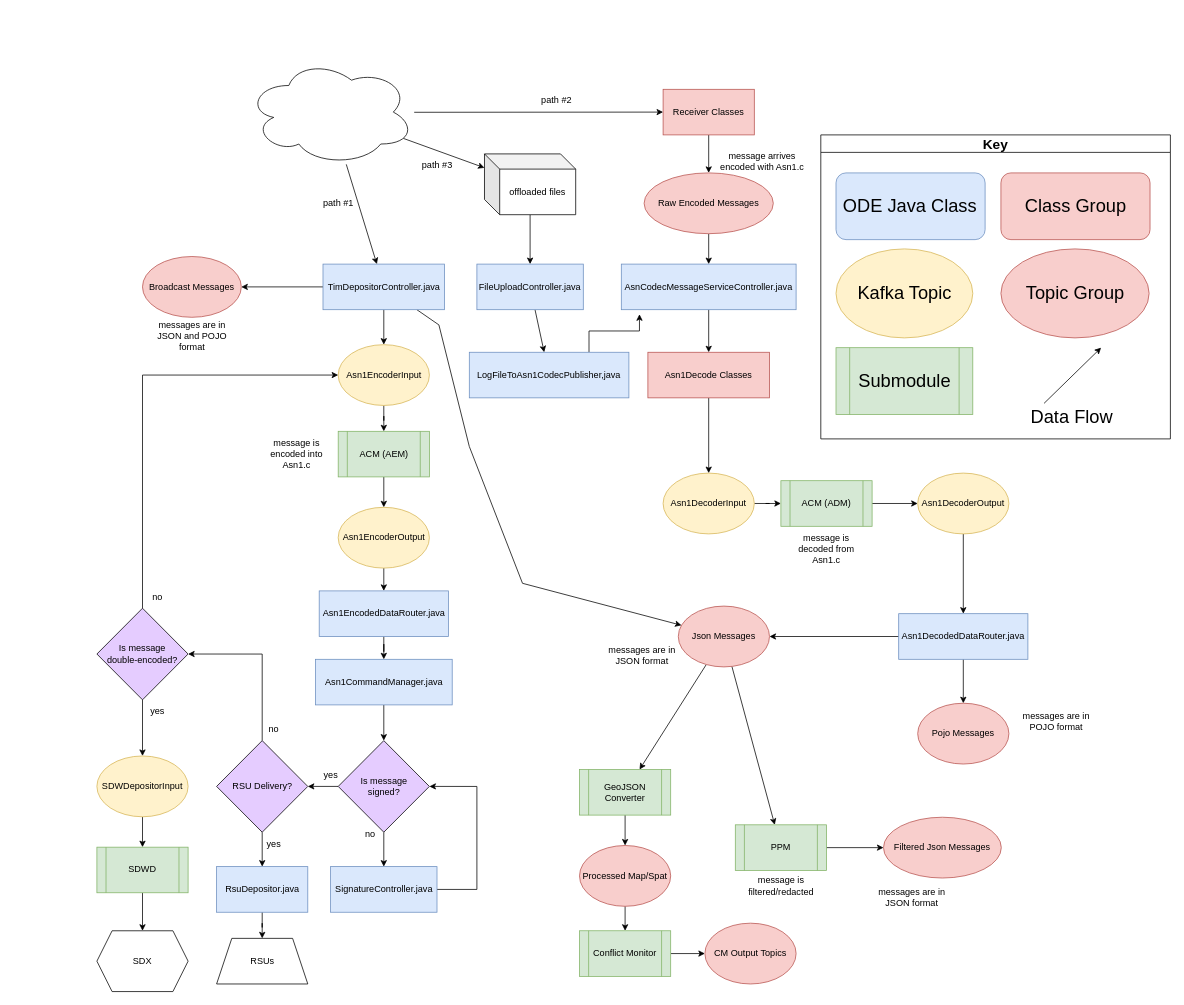
The draw.io diagram docs/data-flow-diagrams/ODE Data Flow Overview.drawio in usdot-jpo-ode/jpo-ode, before the edit. Source tidied: cells renumbered, new cells numbered last; positions are measured from the earlier drawing's top-left corner, leaving out a move shared by most shapes. Both pictures are drawn from the tidied source at 76%, with x=0, y=0 at pixel (97, 59).
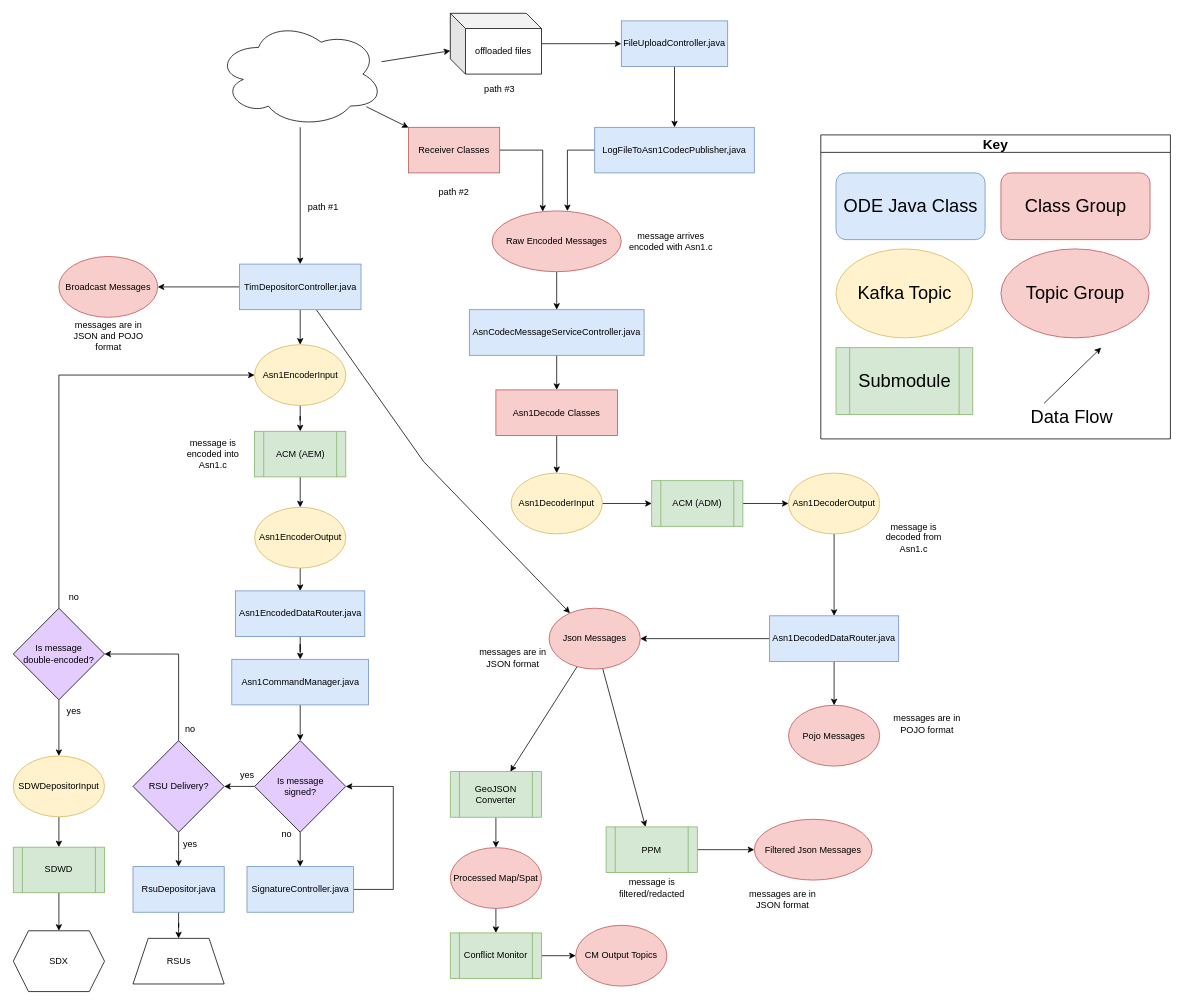
Above is the later version.

Commit message (it also covers changes not shown here):
Updated the ODE diagram

Diff of the diagram source:
```diff
@@
     <mxCell id="4" value="Asn1DecodedDataRouter.java" style="rounded=0;whiteSpace=wrap;html=1;fillColor=#dae8fc;strokeColor=#6c8ebf;" parent="1" vertex="1">
-      <mxGeometry x="1055" y="730" width="170" height="60" as="geometry" />
+      <mxGeometry x="885" y="732.8" width="170" height="60" as="geometry" />
     </mxCell>
@@
     <mxCell id="6" value="ACM (ADM)" style="shape=process;whiteSpace=wrap;html=1;backgroundOutline=1;fillColor=#d5e8d4;strokeColor=#82b366;" parent="1" vertex="1">
-      <mxGeometry x="900" y="555" width="120" height="60" as="geometry" />
+      <mxGeometry x="730" y="555" width="120" height="60" as="geometry" />
     </mxCell>
@@
     <mxCell id="8" value="AsnCodecMessageServiceController.java" style="rounded=0;whiteSpace=wrap;html=1;fillColor=#dae8fc;strokeColor=#6c8ebf;" parent="1" vertex="1">
-      <mxGeometry x="690" y="270" width="230" height="60" as="geometry" />
+      <mxGeometry x="490" y="330" width="230" height="60" as="geometry" />
     </mxCell>
@@
     <mxCell id="10" value="Asn1DecoderInput" style="ellipse;whiteSpace=wrap;html=1;fillColor=#fff2cc;strokeColor=#d6b656;" parent="1" vertex="1">
-      <mxGeometry x="745" y="545" width="120" height="80" as="geometry" />
+      <mxGeometry x="545" y="545" width="120" height="80" as="geometry" />
     </mxCell>
@@
     <mxCell id="12" value="Asn1DecoderOutput" style="ellipse;whiteSpace=wrap;html=1;fillColor=#fff2cc;strokeColor=#d6b656;" parent="1" vertex="1">
-      <mxGeometry x="1080" y="545" width="120" height="80" as="geometry" />
+      <mxGeometry x="910" y="545" width="120" height="80" as="geometry" />
     </mxCell>
@@
     <mxCell id="14" value="FileUploadController.java" style="rounded=0;whiteSpace=wrap;html=1;fillColor=#dae8fc;strokeColor=#6c8ebf;" parent="1" vertex="1">
-      <mxGeometry x="500" y="270" width="140" height="60" as="geometry" />
+      <mxGeometry x="690" y="-50" width="140" height="60" as="geometry" />
     </mxCell>
-    <mxCell id="15" style="edgeStyle=orthogonalEdgeStyle;rounded=0;jettySize=auto;html=1;entryX=0.5;entryY=0;entryDx=0;entryDy=0;" parent="1" edge="1" source="16" target="18">
+    <mxCell id="15" style="edgeStyle=orthogonalEdgeStyle;rounded=0;jettySize=auto;html=1;exitX=1;exitY=0.5;exitDx=0;exitDy=0;entryX=0.392;entryY=0.012;entryDx=0;entryDy=0;entryPerimeter=0;" parent="1" edge="1" source="16" target="18">
       <mxGeometry relative="1" as="geometry" />
     </mxCell>
     <mxCell id="16" value="Receiver Classes" style="rounded=0;whiteSpace=wrap;html=1;fillColor=#f8cecc;strokeColor=#b85450;" parent="1" vertex="1">
-      <mxGeometry x="745" y="40" width="120" height="60" as="geometry" />
+      <mxGeometry x="410" y="90" width="120" height="60" as="geometry" />
     </mxCell>
-    <mxCell id="17" style="edgeStyle=orthogonalEdgeStyle;rounded=0;jettySize=auto;html=1;" parent="1" edge="1" source="18" target="8">
+    <mxCell id="17" style="edgeStyle=orthogonalEdgeStyle;rounded=0;jettySize=auto;html=1;exitX=0.5;exitY=1;exitDx=0;exitDy=0;entryX=0.5;entryY=0;entryDx=0;entryDy=0;" parent="1" edge="1" source="18" target="8">
       <mxGeometry relative="1" as="geometry" />
     </mxCell>
     <mxCell id="18" value="Raw Encoded Messages" style="ellipse;whiteSpace=wrap;html=1;fillColor=#f8cecc;strokeColor=#b85450;" parent="1" vertex="1">
-      <mxGeometry x="720" y="150" width="170" height="80" as="geometry" />
+      <mxGeometry x="520" y="200" width="170" height="80" as="geometry" />
     </mxCell>
@@
     <mxCell id="20" value="Asn1Decode Classes" style="rounded=0;whiteSpace=wrap;html=1;fillColor=#f8cecc;strokeColor=#b85450;" parent="1" vertex="1">
-      <mxGeometry x="725" y="386" width="160" height="60" as="geometry" />
+      <mxGeometry x="525" y="435.5" width="160" height="60" as="geometry" />
     </mxCell>
     <mxCell id="21" value="Pojo Messages" style="ellipse;whiteSpace=wrap;html=1;fillColor=#f8cecc;strokeColor=#b85450;" parent="1" vertex="1">
-      <mxGeometry x="1080" y="847.8" width="120" height="80" as="geometry" />
+      <mxGeometry x="910" y="850.5" width="120" height="80" as="geometry" />
     </mxCell>
@@
     <mxCell id="24" value="Json Messages" style="ellipse;whiteSpace=wrap;html=1;fillColor=#f8cecc;strokeColor=#b85450;" parent="1" vertex="1">
-      <mxGeometry x="765" y="720" width="120" height="80" as="geometry" />
+      <mxGeometry x="595" y="722.8" width="120" height="80" as="geometry" />
     </mxCell>
@@
     <mxCell id="27" style="rounded=0;jettySize=auto;html=1;" parent="1" edge="1" source="28" target="24">
       <mxGeometry relative="1" as="geometry">
         <Array as="points">
-          <mxPoint x="450" y="350" />
-          <mxPoint x="490" y="510" />
-          <mxPoint x="560" y="690" />
+          <mxPoint x="430" y="530" />
         </Array>
       </mxGeometry>
     </mxCell>
     <mxCell id="28" value="TimDepositorController.java" style="rounded=0;whiteSpace=wrap;html=1;fillColor=#dae8fc;strokeColor=#6c8ebf;" parent="1" vertex="1">
-      <mxGeometry x="297.5" y="270" width="160" height="60" as="geometry" />
+      <mxGeometry x="187.5" y="270" width="160" height="60" as="geometry" />
     </mxCell>
@@
     <mxCell id="30" value="PPM" style="shape=process;whiteSpace=wrap;html=1;backgroundOutline=1;fillColor=#d5e8d4;strokeColor=#82b366;" parent="1" vertex="1">
-      <mxGeometry x="840" y="1007.8" width="120" height="60" as="geometry" />
+      <mxGeometry x="670" y="1010.5" width="120" height="60" as="geometry" />
     </mxCell>
     <mxCell id="31" value="Filtered Json Messages" style="ellipse;whiteSpace=wrap;html=1;fillColor=#f8cecc;strokeColor=#b85450;" parent="1" vertex="1">
-      <mxGeometry x="1035" y="997.8" width="155" height="80" as="geometry" />
+      <mxGeometry x="865" y="1000.5" width="155" height="80" as="geometry" />
     </mxCell>
@@
     <mxCell id="33" value="Asn1CommandManager.java" style="rounded=0;whiteSpace=wrap;html=1;fillColor=#dae8fc;strokeColor=#6c8ebf;" parent="1" vertex="1">
-      <mxGeometry x="287.5" y="790" width="180" height="60" as="geometry" />
+      <mxGeometry x="177.5" y="790" width="180" height="60" as="geometry" />
     </mxCell>
@@
     <mxCell id="35" value="SDWDepositorInput" style="ellipse;whiteSpace=wrap;html=1;fillColor=#fff2cc;strokeColor=#d6b656;" parent="1" vertex="1">
-      <mxGeometry y="917.2" width="120" height="80" as="geometry" />
+      <mxGeometry x="-110" y="917.2" width="120" height="80" as="geometry" />
     </mxCell>
@@
     <mxCell id="37" value="Asn1EncodedDataRouter.java" style="rounded=0;whiteSpace=wrap;html=1;fillColor=#dae8fc;strokeColor=#6c8ebf;" parent="1" vertex="1">
-      <mxGeometry x="292.5" y="700" width="170" height="60" as="geometry" />
+      <mxGeometry x="182.5" y="700" width="170" height="60" as="geometry" />
     </mxCell>
@@
     <mxCell id="39" value="Asn1EncoderInput" style="ellipse;whiteSpace=wrap;html=1;fillColor=#fff2cc;strokeColor=#d6b656;" parent="1" vertex="1">
-      <mxGeometry x="317.5" y="376" width="120" height="80" as="geometry" />
+      <mxGeometry x="207.5" y="376" width="120" height="80" as="geometry" />
     </mxCell>
@@
     <mxCell id="41" value="ACM (AEM)" style="shape=process;whiteSpace=wrap;html=1;backgroundOutline=1;fillColor=#d5e8d4;strokeColor=#82b366;" parent="1" vertex="1">
-      <mxGeometry x="317.5" y="490" width="120" height="60" as="geometry" />
+      <mxGeometry x="207.5" y="490" width="120" height="60" as="geometry" />
     </mxCell>
@@
     <mxCell id="43" value="Asn1EncoderOutput" style="ellipse;whiteSpace=wrap;html=1;fillColor=#fff2cc;strokeColor=#d6b656;" parent="1" vertex="1">
-      <mxGeometry x="317.5" y="590" width="120" height="80" as="geometry" />
+      <mxGeometry x="207.5" y="590" width="120" height="80" as="geometry" />
     </mxCell>
@@
     <mxCell id="45" value="SDWD" style="shape=process;whiteSpace=wrap;html=1;backgroundOutline=1;fillColor=#d5e8d4;strokeColor=#82b366;" parent="1" vertex="1">
-      <mxGeometry y="1037.2" width="120" height="60" as="geometry" />
+      <mxGeometry x="-110" y="1037.2" width="120" height="60" as="geometry" />
     </mxCell>
     <mxCell id="46" value="Broadcast Messages" style="ellipse;whiteSpace=wrap;html=1;fillColor=#f8cecc;strokeColor=#b85450;" parent="1" vertex="1">
-      <mxGeometry x="60" y="260" width="130" height="80" as="geometry" />
+      <mxGeometry x="-50" y="260" width="130" height="80" as="geometry" />
     </mxCell>
     <mxCell id="47" value="message arrives &lt;br&gt;encoded with Asn1.c" style="text;html=1;align=center;verticalAlign=middle;strokeColor=none;fillColor=none;" parent="1" vertex="1">
-      <mxGeometry x="810" y="120" width="130" height="30" as="geometry" />
+      <mxGeometry x="690" y="225" width="130" height="30" as="geometry" />
     </mxCell>
     <mxCell id="48" value="message is decoded from Asn1.c" style="text;html=1;strokeColor=none;fillColor=none;align=center;verticalAlign=middle;whiteSpace=wrap;rounded=0;" parent="1" vertex="1">
-      <mxGeometry x="905" y="620" width="110" height="50" as="geometry" />
+      <mxGeometry x="1020" y="605" width="110" height="50" as="geometry" />
     </mxCell>
     <mxCell id="49" value="message is filtered/redacted" style="text;html=1;strokeColor=none;fillColor=none;align=center;verticalAlign=middle;whiteSpace=wrap;rounded=0;" parent="1" vertex="1">
-      <mxGeometry x="847.5" y="1062.8" width="105" height="50" as="geometry" />
+      <mxGeometry x="677.5" y="1065.5" width="105" height="50" as="geometry" />
     </mxCell>
     <mxCell id="50" value="message is encoded into Asn1.c" style="text;html=1;strokeColor=none;fillColor=none;align=center;verticalAlign=middle;whiteSpace=wrap;rounded=0;" parent="1" vertex="1">
-      <mxGeometry x="207.5" y="495" width="110" height="50" as="geometry" />
+      <mxGeometry x="97.5" y="495" width="110" height="50" as="geometry" />
     </mxCell>
     <mxCell id="51" value="messages are in POJO format" style="text;html=1;strokeColor=none;fillColor=none;align=center;verticalAlign=middle;whiteSpace=wrap;rounded=0;" parent="1" vertex="1">
-      <mxGeometry x="1210" y="847" width="105" height="50" as="geometry" />
+      <mxGeometry x="1040" y="849.8" width="105" height="50" as="geometry" />
     </mxCell>
     <mxCell id="52" value="messages are in JSON format" style="text;html=1;strokeColor=none;fillColor=none;align=center;verticalAlign=middle;whiteSpace=wrap;rounded=0;" parent="1" vertex="1">
-      <mxGeometry x="665" y="760" width="105" height="50" as="geometry" />
+      <mxGeometry x="495" y="762.8" width="105" height="50" as="geometry" />
     </mxCell>
     <mxCell id="53" value="messages are in JSON format" style="text;html=1;strokeColor=none;fillColor=none;align=center;verticalAlign=middle;whiteSpace=wrap;rounded=0;" parent="1" vertex="1">
-      <mxGeometry x="1020" y="1077.8" width="105" height="50" as="geometry" />
+      <mxGeometry x="850" y="1080.5" width="105" height="50" as="geometry" />
     </mxCell>
     <mxCell id="54" value="messages are in JSON and POJO format" style="text;html=1;strokeColor=none;fillColor=none;align=center;verticalAlign=middle;whiteSpace=wrap;rounded=0;" parent="1" vertex="1">
-      <mxGeometry x="72.5" y="340" width="105" height="50" as="geometry" />
+      <mxGeometry x="-37.5" y="340" width="105" height="50" as="geometry" />
     </mxCell>
     <mxCell id="55" value="RSUs" style="shape=trapezoid;perimeter=trapezoidPerimeter;whiteSpace=wrap;html=1;fixedSize=1;" parent="1" vertex="1">
-      <mxGeometry x="157.5" y="1157.2" width="120" height="60" as="geometry" />
+      <mxGeometry x="47.5" y="1157.2" width="120" height="60" as="geometry" />
     </mxCell>
@@
     <mxCell id="65" value="SDX" style="shape=hexagon;perimeter=hexagonPerimeter2;whiteSpace=wrap;html=1;fixedSize=1;" parent="1" vertex="1">
-      <mxGeometry y="1147.2" width="120" height="80" as="geometry" />
+      <mxGeometry x="-110" y="1147.2" width="120" height="80" as="geometry" />
     </mxCell>
@@
     <mxCell id="67" value="RsuDepositor.java" style="rounded=0;whiteSpace=wrap;html=1;fillColor=#dae8fc;strokeColor=#6c8ebf;" parent="1" vertex="1">
-      <mxGeometry x="157.5" y="1062.8" width="120" height="60" as="geometry" />
+      <mxGeometry x="47.5" y="1062.8" width="120" height="60" as="geometry" />
     </mxCell>
@@
     <mxCell id="69" value="offloaded files" style="shape=cube;whiteSpace=wrap;html=1;boundedLbl=1;backgroundOutline=1;darkOpacity=0.05;darkOpacity2=0.1;" parent="1" vertex="1">
-      <mxGeometry x="510" y="125" width="120" height="80" as="geometry" />
+      <mxGeometry x="465" y="-60" width="120" height="80" as="geometry" />
     </mxCell>
@@
     <mxCell id="72" value="Is message&lt;br&gt;double-encoded?" style="rhombus;whiteSpace=wrap;html=1;fillColor=#E5CCFF;" parent="1" vertex="1">
-      <mxGeometry y="722.8" width="120" height="120.5" as="geometry" />
+      <mxGeometry x="-110" y="722.8" width="120" height="120.5" as="geometry" />
     </mxCell>
@@
     <mxCell id="75" value="RSU Delivery?" style="rhombus;whiteSpace=wrap;html=1;fillColor=#E5CCFF;" parent="1" vertex="1">
-      <mxGeometry x="157.5" y="897" width="120" height="120.5" as="geometry" />
+      <mxGeometry x="47.5" y="897" width="120" height="120.5" as="geometry" />
     </mxCell>
     <mxCell id="76" value="yes" style="text;html=1;strokeColor=none;fillColor=none;align=center;verticalAlign=middle;whiteSpace=wrap;rounded=0;" parent="1" vertex="1">
-      <mxGeometry x="202.5" y="1017.5" width="60" height="30" as="geometry" />
+      <mxGeometry x="92.5" y="1017.5" width="60" height="30" as="geometry" />
     </mxCell>
     <mxCell id="77" value="no" style="text;html=1;strokeColor=none;fillColor=none;align=center;verticalAlign=middle;whiteSpace=wrap;rounded=0;" parent="1" vertex="1">
-      <mxGeometry x="202.5" y="867" width="60" height="30" as="geometry" />
+      <mxGeometry x="92.5" y="867" width="60" height="30" as="geometry" />
     </mxCell>
     <mxCell id="78" value="yes" style="text;html=1;strokeColor=none;fillColor=none;align=center;verticalAlign=middle;whiteSpace=wrap;rounded=0;" parent="1" vertex="1">
-      <mxGeometry x="50" y="843.2" width="60" height="30" as="geometry" />
+      <mxGeometry x="-60" y="843.2" width="60" height="30" as="geometry" />
     </mxCell>
     <mxCell id="79" value="no" style="text;html=1;strokeColor=none;fillColor=none;align=center;verticalAlign=middle;whiteSpace=wrap;rounded=0;" parent="1" vertex="1">
-      <mxGeometry x="50" y="692.8" width="60" height="30" as="geometry" />
+      <mxGeometry x="-60" y="692.8" width="60" height="30" as="geometry" />
     </mxCell>
@@
     <mxCell id="82" value="Is message&lt;br&gt;signed?" style="rhombus;whiteSpace=wrap;html=1;fillColor=#E5CCFF;" parent="1" vertex="1">
-      <mxGeometry x="317.5" y="897" width="120" height="120.5" as="geometry" />
+      <mxGeometry x="207.5" y="897" width="120" height="120.5" as="geometry" />
     </mxCell>
     <mxCell id="83" value="yes" style="text;html=1;strokeColor=none;fillColor=none;align=center;verticalAlign=middle;whiteSpace=wrap;rounded=0;" parent="1" vertex="1">
-      <mxGeometry x="277.5" y="927.8" width="60" height="30" as="geometry" />
+      <mxGeometry x="167.5" y="927.8" width="60" height="30" as="geometry" />
     </mxCell>
     <mxCell id="84" value="no" style="text;html=1;strokeColor=none;fillColor=none;align=center;verticalAlign=middle;whiteSpace=wrap;rounded=0;" parent="1" vertex="1">
-      <mxGeometry x="330" y="1005" width="60" height="30" as="geometry" />
+      <mxGeometry x="220" y="1005" width="60" height="30" as="geometry" />
     </mxCell>
     <mxCell id="85" style="edgeStyle=orthogonalEdgeStyle;rounded=0;jettySize=auto;html=1;entryX=1;entryY=0.5;entryDx=0;entryDy=0;exitX=1;exitY=0.5;exitDx=0;exitDy=0;" parent="1" edge="1" source="86" target="82">
       <mxGeometry relative="1" as="geometry">
         <Array as="points">
-          <mxPoint x="500" y="1093" />
-          <mxPoint x="500" y="957" />
+          <mxPoint x="390" y="1093" />
+          <mxPoint x="390" y="957" />
         </Array>
       </mxGeometry>
     </mxCell>
     <mxCell id="86" value="SignatureController.java" style="rounded=0;whiteSpace=wrap;html=1;fillColor=#dae8fc;strokeColor=#6c8ebf;" parent="1" vertex="1">
-      <mxGeometry x="307.5" y="1062.8" width="140" height="60" as="geometry" />
+      <mxGeometry x="197.5" y="1062.8" width="140" height="60" as="geometry" />
     </mxCell>
@@
     <mxCell id="88" value="GeoJSON Converter" style="shape=process;whiteSpace=wrap;html=1;backgroundOutline=1;fillColor=#d5e8d4;strokeColor=#82b366;" parent="1" vertex="1">
-      <mxGeometry x="635" y="935" width="120" height="60" as="geometry" />
+      <mxGeometry x="465" y="937.8" width="120" height="60" as="geometry" />
     </mxCell>
@@
     <mxCell id="90" value="Processed Map/Spat" style="ellipse;whiteSpace=wrap;html=1;fillColor=#f8cecc;strokeColor=#b85450;" parent="1" vertex="1">
-      <mxGeometry x="635" y="1035" width="120" height="80" as="geometry" />
+      <mxGeometry x="465" y="1037.8" width="120" height="80" as="geometry" />
     </mxCell>
@@
     <mxCell id="92" value="Conflict Monitor" style="shape=process;whiteSpace=wrap;html=1;backgroundOutline=1;fillColor=#d5e8d4;strokeColor=#82b366;" parent="1" vertex="1">
-      <mxGeometry x="635" y="1147.2" width="120" height="60" as="geometry" />
+      <mxGeometry x="465" y="1150" width="120" height="60" as="geometry" />
     </mxCell>
     <mxCell id="93" value="CM Output Topics" style="ellipse;whiteSpace=wrap;html=1;fillColor=#f8cecc;strokeColor=#b85450;" parent="1" vertex="1">
-      <mxGeometry x="800" y="1137.2" width="120" height="80" as="geometry" />
+      <mxGeometry x="630" y="1140" width="120" height="80" as="geometry" />
     </mxCell>
@@
     <mxCell id="97" style="ellipse;shape=cloud;whiteSpace=wrap;html=1;" parent="1" vertex="1">
-      <mxGeometry x="197.5" width="220" height="140" as="geometry" />
+      <mxGeometry x="157.5" y="-50" width="220" height="140" as="geometry" />
     </mxCell>
-    <mxCell id="98" style="edgeStyle=orthogonalEdgeStyle;rounded=0;jettySize=auto;html=1;exitX=0.75;exitY=0;exitDx=0;exitDy=0;entryX=0.104;entryY=1.1;entryDx=0;entryDy=0;entryPerimeter=0;" parent="1" edge="1" source="99" target="8">
-      <mxGeometry relative="1" as="geometry" />
-    </mxCell>
+    <mxCell id="103" style="edgeStyle=orthogonalEdgeStyle;rounded=0;jettySize=auto;html=1;exitX=0;exitY=0.5;exitDx=0;exitDy=0;entryX=0.583;entryY=0.003;entryDx=0;entryDy=0;entryPerimeter=0;" parent="1" edge="1" source="99" target="18">
+      <mxGeometry relative="1" as="geometry" />
+    </mxCell>
     <mxCell id="99" value="LogFileToAsn1CodecPublisher,java" style="rounded=0;whiteSpace=wrap;html=1;fillColor=#dae8fc;strokeColor=#6c8ebf;" parent="1" vertex="1">
-      <mxGeometry x="490" y="386" width="210" height="60" as="geometry" />
+      <mxGeometry x="655" y="90" width="210" height="60" as="geometry" />
     </mxCell>
     <mxCell id="100" value="path #1" style="text;html=1;strokeColor=none;fillColor=none;align=center;verticalAlign=middle;whiteSpace=wrap;rounded=0;" parent="1" vertex="1">
-      <mxGeometry x="287.5" y="175" width="60" height="30" as="geometry" />
+      <mxGeometry x="267.5" y="180" width="60" height="30" as="geometry" />
     </mxCell>
     <mxCell id="101" value="path #2" style="text;html=1;strokeColor=none;fillColor=none;align=center;verticalAlign=middle;whiteSpace=wrap;rounded=0;" parent="1" vertex="1">
-      <mxGeometry x="575" y="40" width="60" height="30" as="geometry" />
+      <mxGeometry x="440" y="160" width="60" height="30" as="geometry" />
     </mxCell>
     <mxCell id="102" value="path #3" style="text;html=1;strokeColor=none;fillColor=none;align=center;verticalAlign=middle;whiteSpace=wrap;rounded=0;" parent="1" vertex="1">
-      <mxGeometry x="417.5" y="125" width="60" height="30" as="geometry" />
+      <mxGeometry x="500" y="25" width="60" height="30" as="geometry" />
     </mxCell>
```
